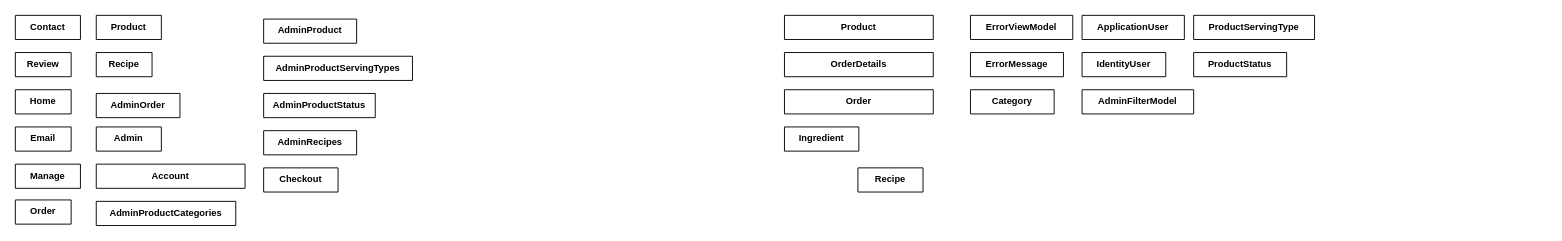
Earlier version of the draw.io diagram AnalysisAssig2.drawio (Wavergg/721SoftwareEngineering). Source tidied: cells renumbered, new cells numbered last; positions are measured from the earlier drawing's top-left corner, leaving out a move shared by most shapes. Both pictures are drawn from the tidied source at 93%, with x=0, y=0 at pixel (15, 15).
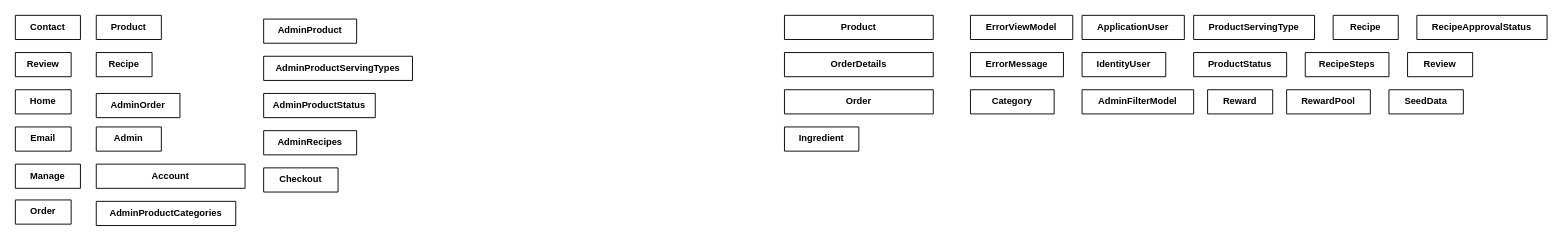
The same diagram, later.

What changed in the source:
```diff
@@
     <mxCell id="31" value="Recipe" style="swimlane;fontStyle=1;align=center;verticalAlign=top;horizontal=1;startSize=26;fontSize=10;" parent="1" vertex="1" collapsed="1">
-      <mxGeometry x="906" y="164" width="70" height="26" as="geometry" />
+      <mxGeometry x="1417" width="70" height="26" as="geometry" />
     </mxCell>
+    <mxCell id="32" value="RecipeApprovalStatus" style="swimlane;fontStyle=1;align=center;verticalAlign=top;horizontal=1;startSize=26;fontSize=10;" parent="1" vertex="1" collapsed="1">
+      <mxGeometry x="1507" width="140" height="26" as="geometry" />
+    </mxCell>
+    <mxCell id="33" value="RecipeSteps" style="swimlane;fontStyle=1;align=center;verticalAlign=top;horizontal=1;startSize=26;fontSize=10;" parent="1" vertex="1" collapsed="1">
+      <mxGeometry x="1387" y="40" width="90" height="26" as="geometry" />
+    </mxCell>
+    <mxCell id="34" value="Review" style="swimlane;fontStyle=1;align=center;verticalAlign=top;horizontal=1;startSize=26;fontSize=10;" parent="1" vertex="1" collapsed="1">
+      <mxGeometry x="1497" y="40" width="70" height="26" as="geometry" />
+    </mxCell>
+    <mxCell id="35" value="Reward" style="swimlane;fontStyle=1;align=center;verticalAlign=top;horizontal=1;startSize=26;fontSize=10;" parent="1" vertex="1" collapsed="1">
+      <mxGeometry x="1282" y="80" width="70" height="26" as="geometry" />
+    </mxCell>
+    <mxCell id="36" value="RewardPool" style="swimlane;fontStyle=1;align=center;verticalAlign=top;horizontal=1;startSize=26;fontSize=10;" parent="1" vertex="1" collapsed="1">
+      <mxGeometry x="1367" y="80" width="90" height="26" as="geometry" />
+    </mxCell>
+    <mxCell id="37" value="SeedData" style="swimlane;fontStyle=1;align=center;verticalAlign=top;horizontal=1;startSize=26;fontSize=10;" parent="1" vertex="1" collapsed="1">
+      <mxGeometry x="1477" y="80" width="80" height="26" as="geometry" />
+    </mxCell>
```
